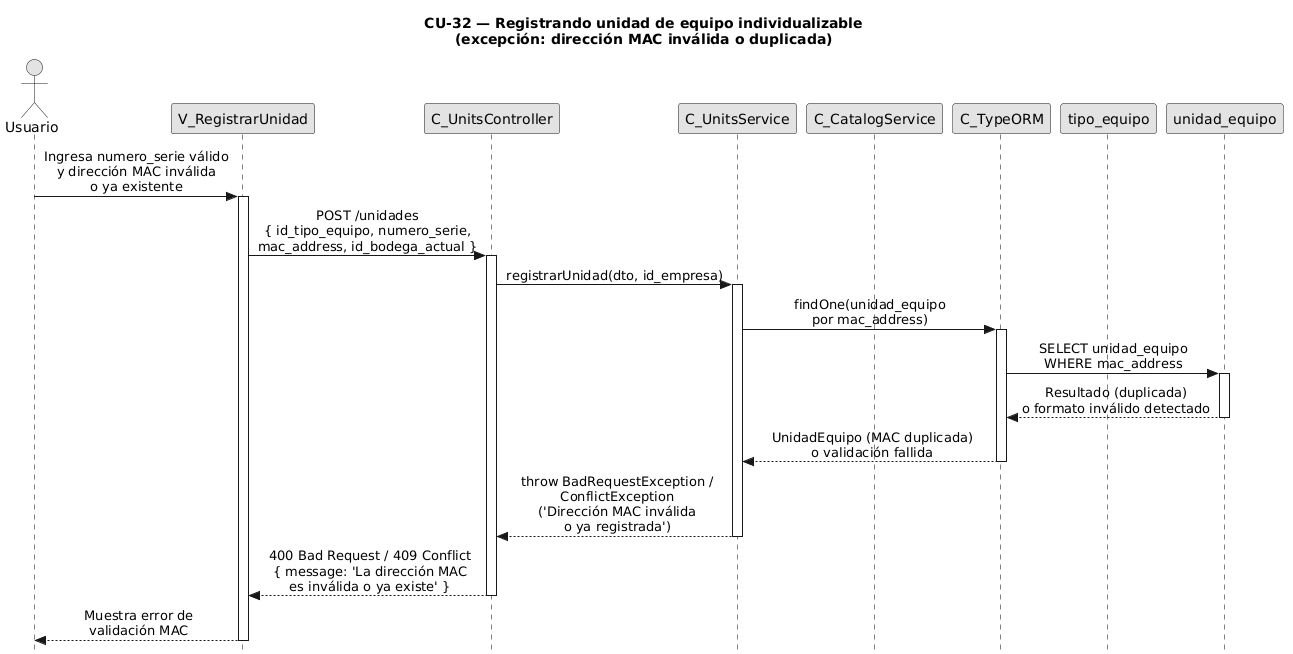
The PlantUML diagram diagramas/diagramas-secuencia/CU32/CU32-exc-mac-invalida.png in FSM-Finet-y-Cable-Magico/Team_1-Inventario-y-Bodega, before a commit.
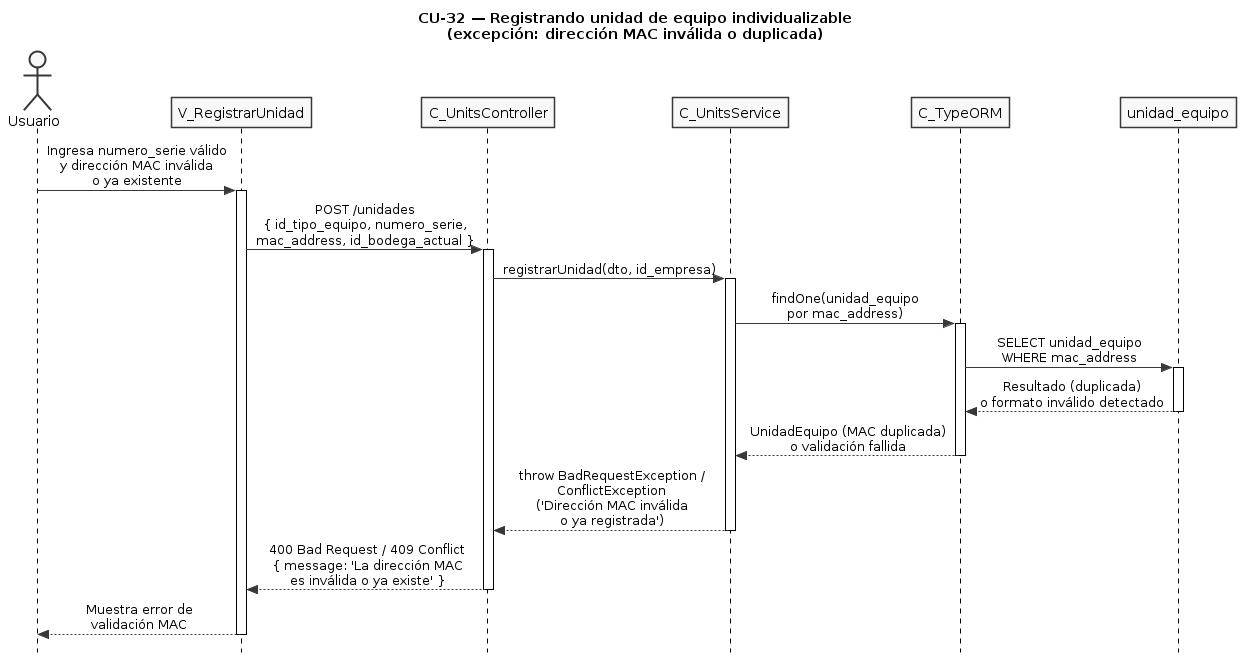
After the change.

Diff of the diagram source:
```diff
@@ -5,6 +5,8 @@
 skinparam monochrome true
 skinparam shadowing false
 skinparam sequenceMessageAlign center
+skinparam ParticipantPadding 25
+skinparam ActorPadding 20
 skinparam sequence {
   MessageAlign center
   LifeLineBorderColor black
@@ -15,9 +17,7 @@
 participant "V_RegistrarUnidad" as view
 participant "C_UnitsController" as ctrl
 participant "C_UnitsService" as svc
-participant "C_CatalogService" as cat
 participant "C_TypeORM" as orm
-participant "tipo_equipo" as tent
 participant "unidad_equipo" as uent
 
 user -> view : Ingresa numero_serie válido\ny dirección MAC inválida\no ya existente
```
